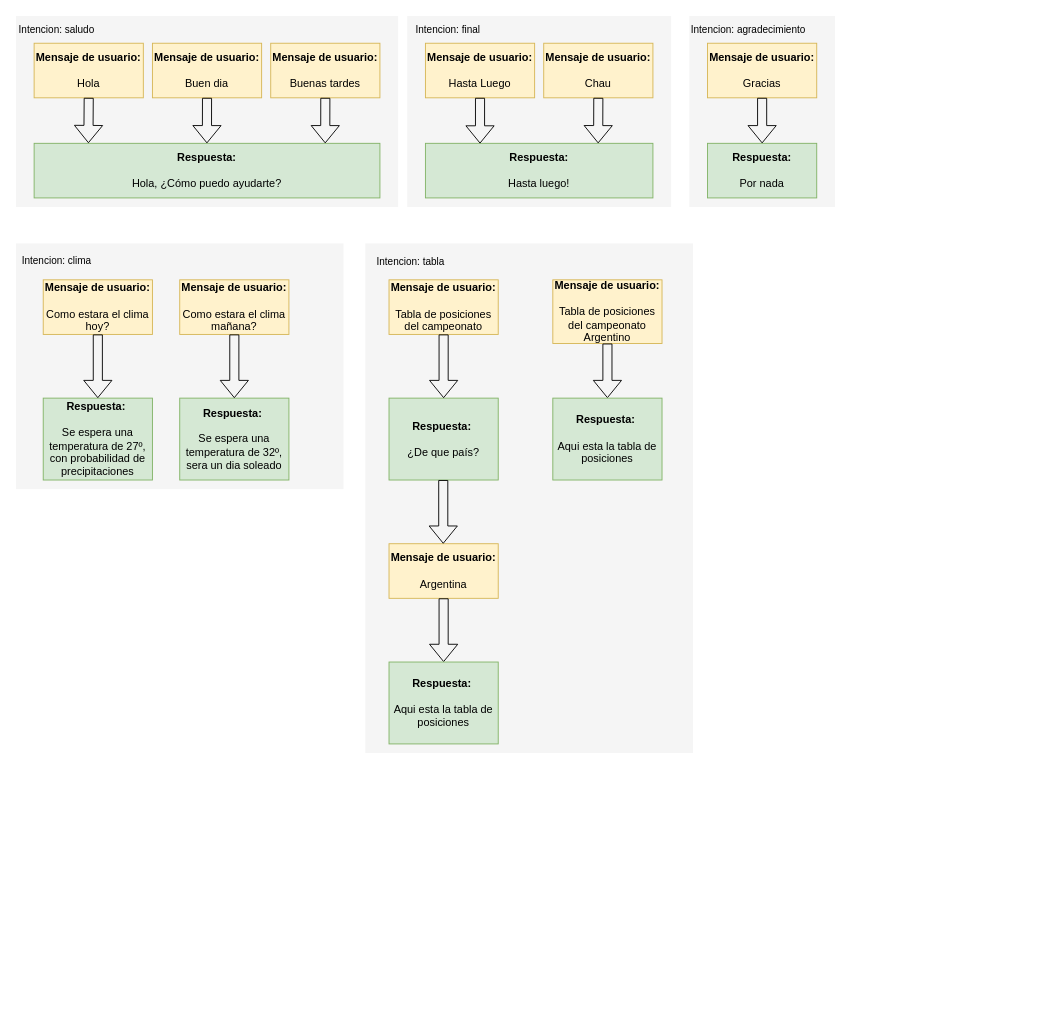
Above: diagramas/Diagramas de flujo.drawio in ignaciocolussi/bot (draw.io), before the change. Source tidied: cells renumbered, new cells numbered last; positions are measured from the earlier drawing's top-left corner, leaving out a move shared by most shapes. Both pictures are drawn from the tidied source at 91%, with x=0, y=0 at pixel (15, 15).
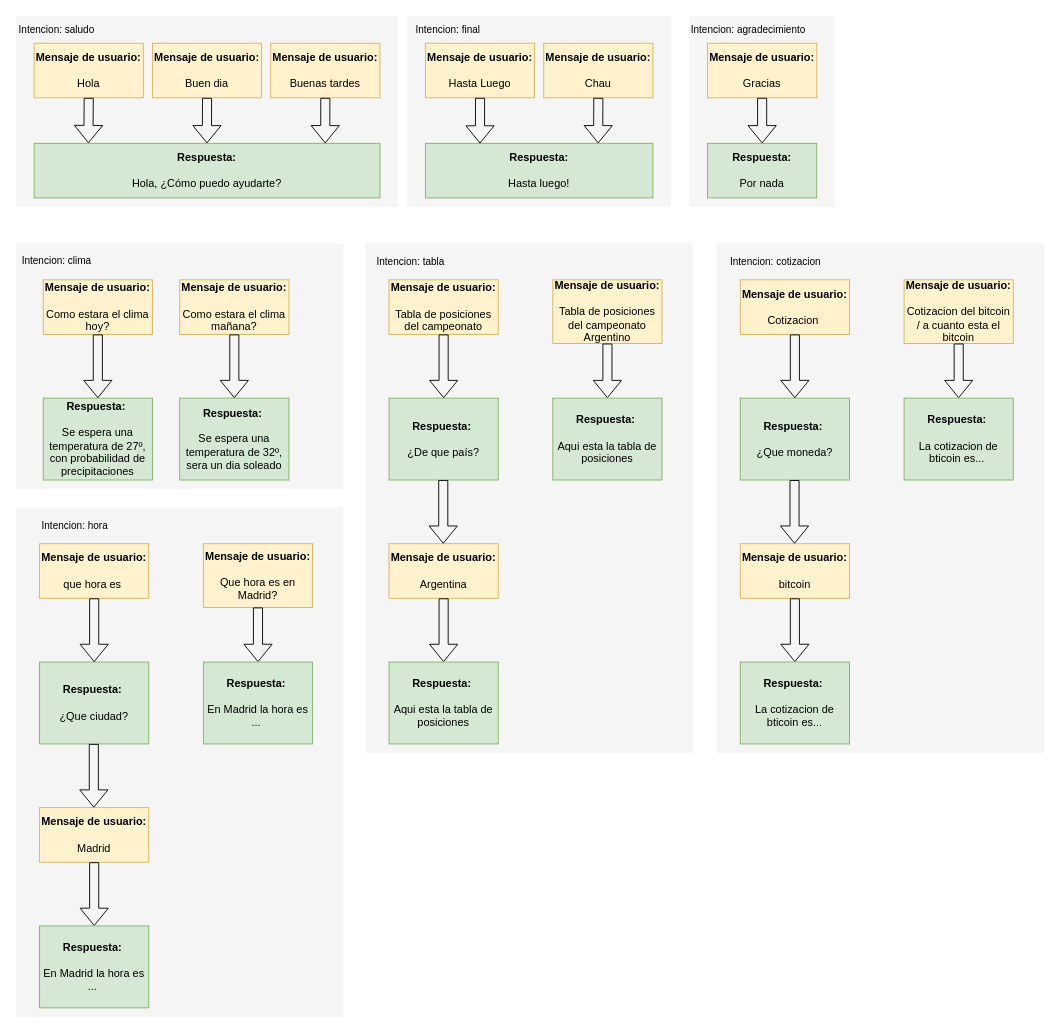
After the change.

Diff of the diagram source:
```diff
@@
+    <mxCell id="48" style="group;" parent="1" vertex="1">
+      <mxGeometry x="770" y="250" width="360" height="560" as="geometry" />
+    </mxCell>
+    <mxCell id="49" style="rounded=0;whiteSpace=wrap;html=1;fillColor=#f5f5f5;fontColor=#333333;strokeColor=none;align=left;" parent="48" vertex="1">
+      <mxGeometry width="360" height="560" as="geometry" />
+    </mxCell>
+    <mxCell id="50" value="Intencion: cotizacion" style="text;html=1;strokeColor=none;fillColor=none;align=center;verticalAlign=middle;whiteSpace=wrap;rounded=0;fontSize=11;" parent="48" vertex="1">
+      <mxGeometry width="130" height="40" as="geometry" />
+    </mxCell>
+    <mxCell id="51" value="&lt;b&gt;Mensaje de usuario:&lt;/b&gt;&lt;br&gt;&lt;br&gt;Cotizacion&amp;nbsp;" style="rounded=0;whiteSpace=wrap;html=1;fillColor=#fff2cc;strokeColor=#d6b656;" parent="1" vertex="1">
+      <mxGeometry x="796" y="290" width="120" height="60" as="geometry" />
+    </mxCell>
+    <mxCell id="52" value="&lt;b&gt;Respuesta:&amp;nbsp;&lt;/b&gt;&lt;br&gt;&lt;br&gt;¿Que moneda?" style="rounded=0;whiteSpace=wrap;html=1;fillColor=#d5e8d4;strokeColor=#82b366;" parent="1" vertex="1">
+      <mxGeometry x="796" y="420" width="120" height="90" as="geometry" />
+    </mxCell>
+    <mxCell id="53" style="shape=flexArrow;endArrow=classic;html=1;rounded=0;exitX=0.5;exitY=1;exitDx=0;exitDy=0;" parent="1" edge="1" source="51" target="52">
+      <mxGeometry relative="1" as="geometry" />
+    </mxCell>
+    <mxCell id="54" value="&lt;b&gt;Mensaje de usuario:&lt;/b&gt;&lt;br&gt;&lt;br&gt;bitcoin" style="rounded=0;whiteSpace=wrap;html=1;fillColor=#fff2cc;strokeColor=#d6b656;" parent="1" vertex="1">
+      <mxGeometry x="796" y="580" width="120" height="60" as="geometry" />
+    </mxCell>
+    <mxCell id="55" style="shape=flexArrow;endArrow=classic;html=1;rounded=0;exitX=0.5;exitY=1;exitDx=0;exitDy=0;" parent="1" edge="1" source="54">
+      <mxGeometry relative="1" as="geometry">
+        <mxPoint x="856" y="710" as="targetPoint" />
+      </mxGeometry>
+    </mxCell>
+    <mxCell id="56" style="shape=flexArrow;endArrow=classic;html=1;rounded=0;exitX=0.5;exitY=1;exitDx=0;exitDy=0;" parent="1" edge="1">
+      <mxGeometry relative="1" as="geometry">
+        <mxPoint x="855.6" y="510" as="sourcePoint" />
+        <mxPoint x="855.6" y="580" as="targetPoint" />
+      </mxGeometry>
+    </mxCell>
+    <mxCell id="57" value="&lt;b&gt;Respuesta:&amp;nbsp;&lt;/b&gt;&lt;br&gt;&lt;br&gt;La cotizacion de bticoin es..." style="rounded=0;whiteSpace=wrap;html=1;fillColor=#d5e8d4;strokeColor=#82b366;" parent="1" vertex="1">
+      <mxGeometry x="796" y="710" width="120" height="90" as="geometry" />
+    </mxCell>
+    <mxCell id="58" value="&lt;b&gt;Mensaje de usuario:&lt;/b&gt;&lt;br&gt;&lt;br&gt;Cotizacion del bitcoin / a cuanto esta el bitcoin" style="rounded=0;whiteSpace=wrap;html=1;fillColor=#fff2cc;strokeColor=#d6b656;" parent="1" vertex="1">
+      <mxGeometry x="976" y="290" width="120" height="70" as="geometry" />
+    </mxCell>
+    <mxCell id="59" style="shape=flexArrow;endArrow=classic;html=1;rounded=0;exitX=0.5;exitY=1;exitDx=0;exitDy=0;" parent="1" edge="1" source="58">
+      <mxGeometry relative="1" as="geometry">
+        <mxPoint x="1036" y="420" as="targetPoint" />
+      </mxGeometry>
+    </mxCell>
+    <mxCell id="60" value="&lt;b&gt;Respuesta:&amp;nbsp;&lt;/b&gt;&lt;br&gt;&lt;br&gt;La cotizacion de bticoin es...&amp;nbsp;" style="rounded=0;whiteSpace=wrap;html=1;fillColor=#d5e8d4;strokeColor=#82b366;" parent="1" vertex="1">
+      <mxGeometry x="976" y="420" width="120" height="90" as="geometry" />
+    </mxCell>
+    <mxCell id="61" style="group;" parent="1" vertex="1">
+      <mxGeometry y="540" width="360" height="560" as="geometry" />
+    </mxCell>
+    <mxCell id="62" style="rounded=0;whiteSpace=wrap;html=1;fillColor=#f5f5f5;fontColor=#333333;strokeColor=none;align=left;" parent="61" vertex="1">
+      <mxGeometry width="360" height="560" as="geometry" />
+    </mxCell>
+    <mxCell id="63" value="Intencion: hora" style="text;html=1;strokeColor=none;fillColor=none;align=center;verticalAlign=middle;whiteSpace=wrap;rounded=0;fontSize=11;" parent="61" vertex="1">
+      <mxGeometry width="130" height="40" as="geometry" />
+    </mxCell>
+    <mxCell id="64" value="&lt;b&gt;Mensaje de usuario:&lt;/b&gt;&lt;br&gt;&lt;br&gt;que hora es&amp;nbsp;" style="rounded=0;whiteSpace=wrap;html=1;fillColor=#fff2cc;strokeColor=#d6b656;" parent="1" vertex="1">
+      <mxGeometry x="26" y="580" width="120" height="60" as="geometry" />
+    </mxCell>
+    <mxCell id="65" value="&lt;b&gt;Respuesta:&amp;nbsp;&lt;/b&gt;&lt;br&gt;&lt;br&gt;¿Que ciudad?" style="rounded=0;whiteSpace=wrap;html=1;fillColor=#d5e8d4;strokeColor=#82b366;" parent="1" vertex="1">
+      <mxGeometry x="26" y="710" width="120" height="90" as="geometry" />
+    </mxCell>
+    <mxCell id="66" style="shape=flexArrow;endArrow=classic;html=1;rounded=0;exitX=0.5;exitY=1;exitDx=0;exitDy=0;" parent="1" edge="1" source="64" target="65">
+      <mxGeometry relative="1" as="geometry" />
+    </mxCell>
+    <mxCell id="67" value="&lt;b&gt;Mensaje de usuario:&lt;/b&gt;&lt;br&gt;&lt;br&gt;Madrid" style="rounded=0;whiteSpace=wrap;html=1;fillColor=#fff2cc;strokeColor=#d6b656;" parent="1" vertex="1">
+      <mxGeometry x="26" y="870" width="120" height="60" as="geometry" />
+    </mxCell>
+    <mxCell id="68" style="shape=flexArrow;endArrow=classic;html=1;rounded=0;exitX=0.5;exitY=1;exitDx=0;exitDy=0;" parent="1" edge="1" source="67">
+      <mxGeometry relative="1" as="geometry">
+        <mxPoint x="86" y="1000" as="targetPoint" />
+      </mxGeometry>
+    </mxCell>
+    <mxCell id="69" style="shape=flexArrow;endArrow=classic;html=1;rounded=0;exitX=0.5;exitY=1;exitDx=0;exitDy=0;" parent="1" edge="1">
+      <mxGeometry relative="1" as="geometry">
+        <mxPoint x="85.6" y="800" as="sourcePoint" />
+        <mxPoint x="85.6" y="870" as="targetPoint" />
+      </mxGeometry>
+    </mxCell>
+    <mxCell id="70" value="&lt;b&gt;Respuesta:&amp;nbsp;&lt;/b&gt;&lt;br&gt;&lt;br&gt;En Madrid la hora es ...&amp;nbsp;" style="rounded=0;whiteSpace=wrap;html=1;fillColor=#d5e8d4;strokeColor=#82b366;" parent="1" vertex="1">
+      <mxGeometry x="26" y="1000" width="120" height="90" as="geometry" />
+    </mxCell>
+    <mxCell id="71" value="&lt;b&gt;Mensaje de usuario:&lt;/b&gt;&lt;br&gt;&lt;br&gt;Que hora es en Madrid?" style="rounded=0;whiteSpace=wrap;html=1;fillColor=#fff2cc;strokeColor=#d6b656;" parent="1" vertex="1">
+      <mxGeometry x="206" y="580" width="120" height="70" as="geometry" />
+    </mxCell>
+    <mxCell id="72" style="shape=flexArrow;endArrow=classic;html=1;rounded=0;exitX=0.5;exitY=1;exitDx=0;exitDy=0;" parent="1" edge="1" source="71">
+      <mxGeometry relative="1" as="geometry">
+        <mxPoint x="266" y="710" as="targetPoint" />
+      </mxGeometry>
+    </mxCell>
+    <mxCell id="73" value="&lt;b&gt;Respuesta:&amp;nbsp;&lt;/b&gt;&lt;br&gt;&lt;br&gt;En Madrid la hora es ...&amp;nbsp;" style="rounded=0;whiteSpace=wrap;html=1;fillColor=#d5e8d4;strokeColor=#82b366;" parent="1" vertex="1">
+      <mxGeometry x="206" y="710" width="120" height="90" as="geometry" />
+    </mxCell>
```
